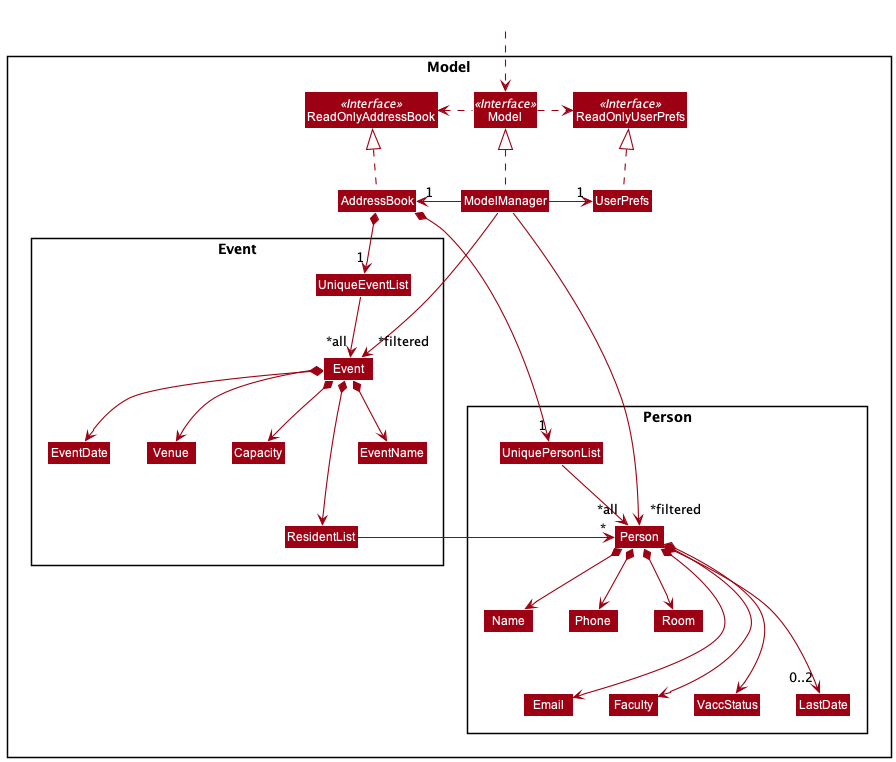
The PlantUML diagram docs/images/ModelClassDiagram.png in nus-cs2103-AY2122S1/tp, before a commit. Its source is kept beside it as docs/diagrams/ModelClassDiagram.puml.
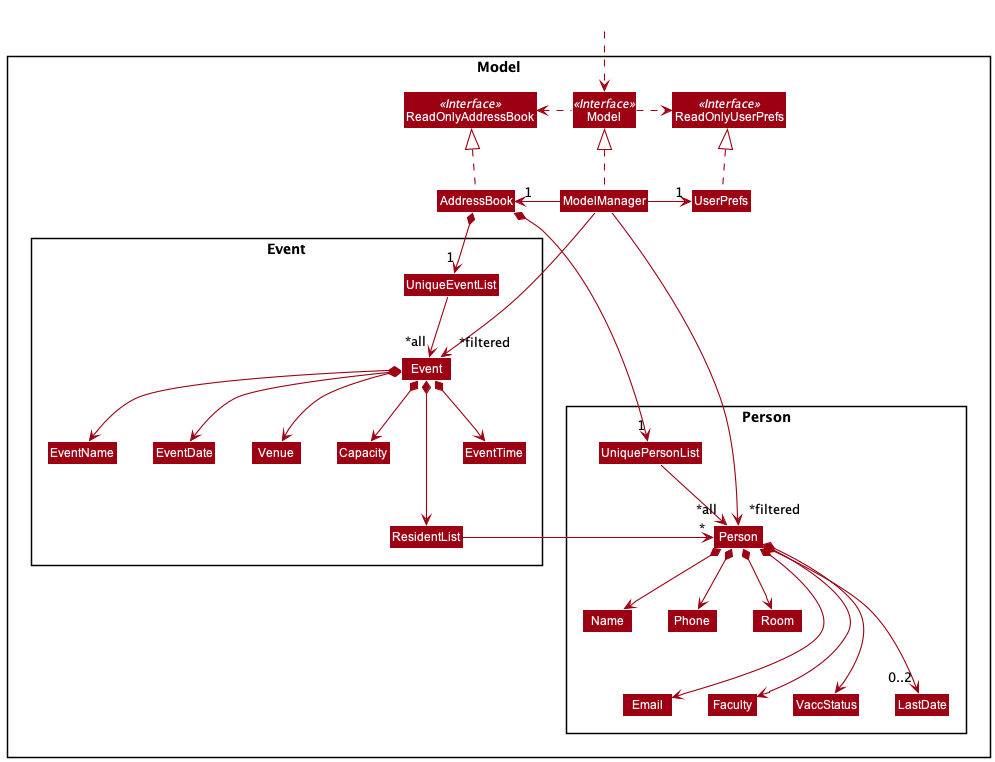
After the commit.

Commit message:
update model diagram

What changed in the source:
```diff
@@ -31,6 +31,7 @@
 Class UniqueEventList
 Class Event
 Class EventName
+Class EventTime
 Class EventDate
 Class Venue
 Class Capacity
@@ -65,6 +66,7 @@
 UniqueEventList -->"~*all" Event
 Event *--> EventName
 Event *--> EventDate
+Event *--> EventTime
 Event *--> Venue
 Event *--> Capacity
 Event *--> ResidentList
```
